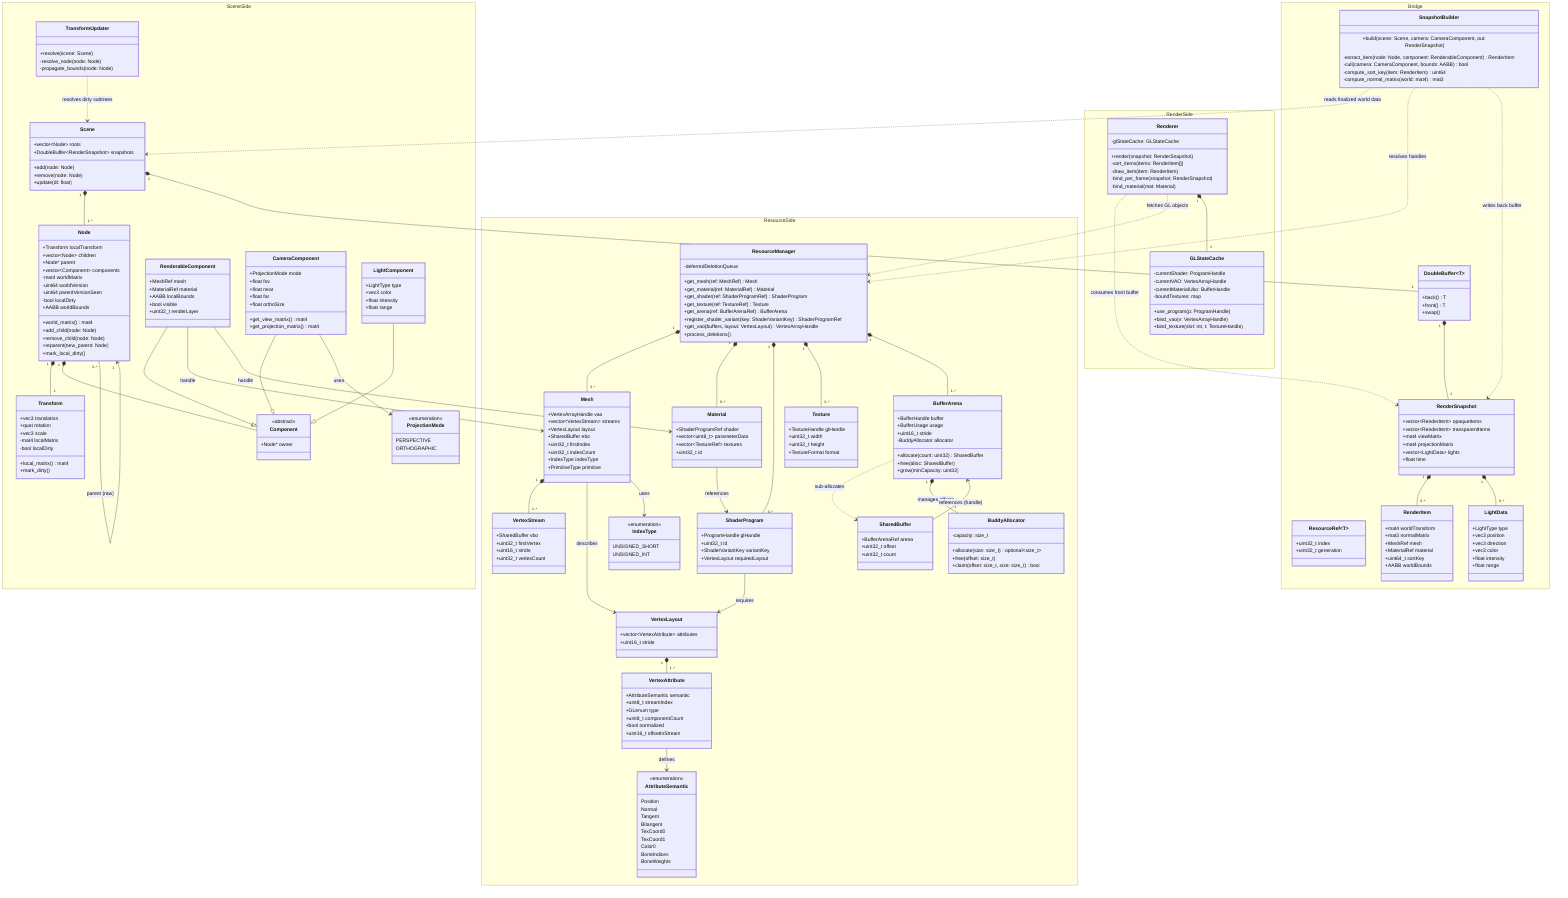
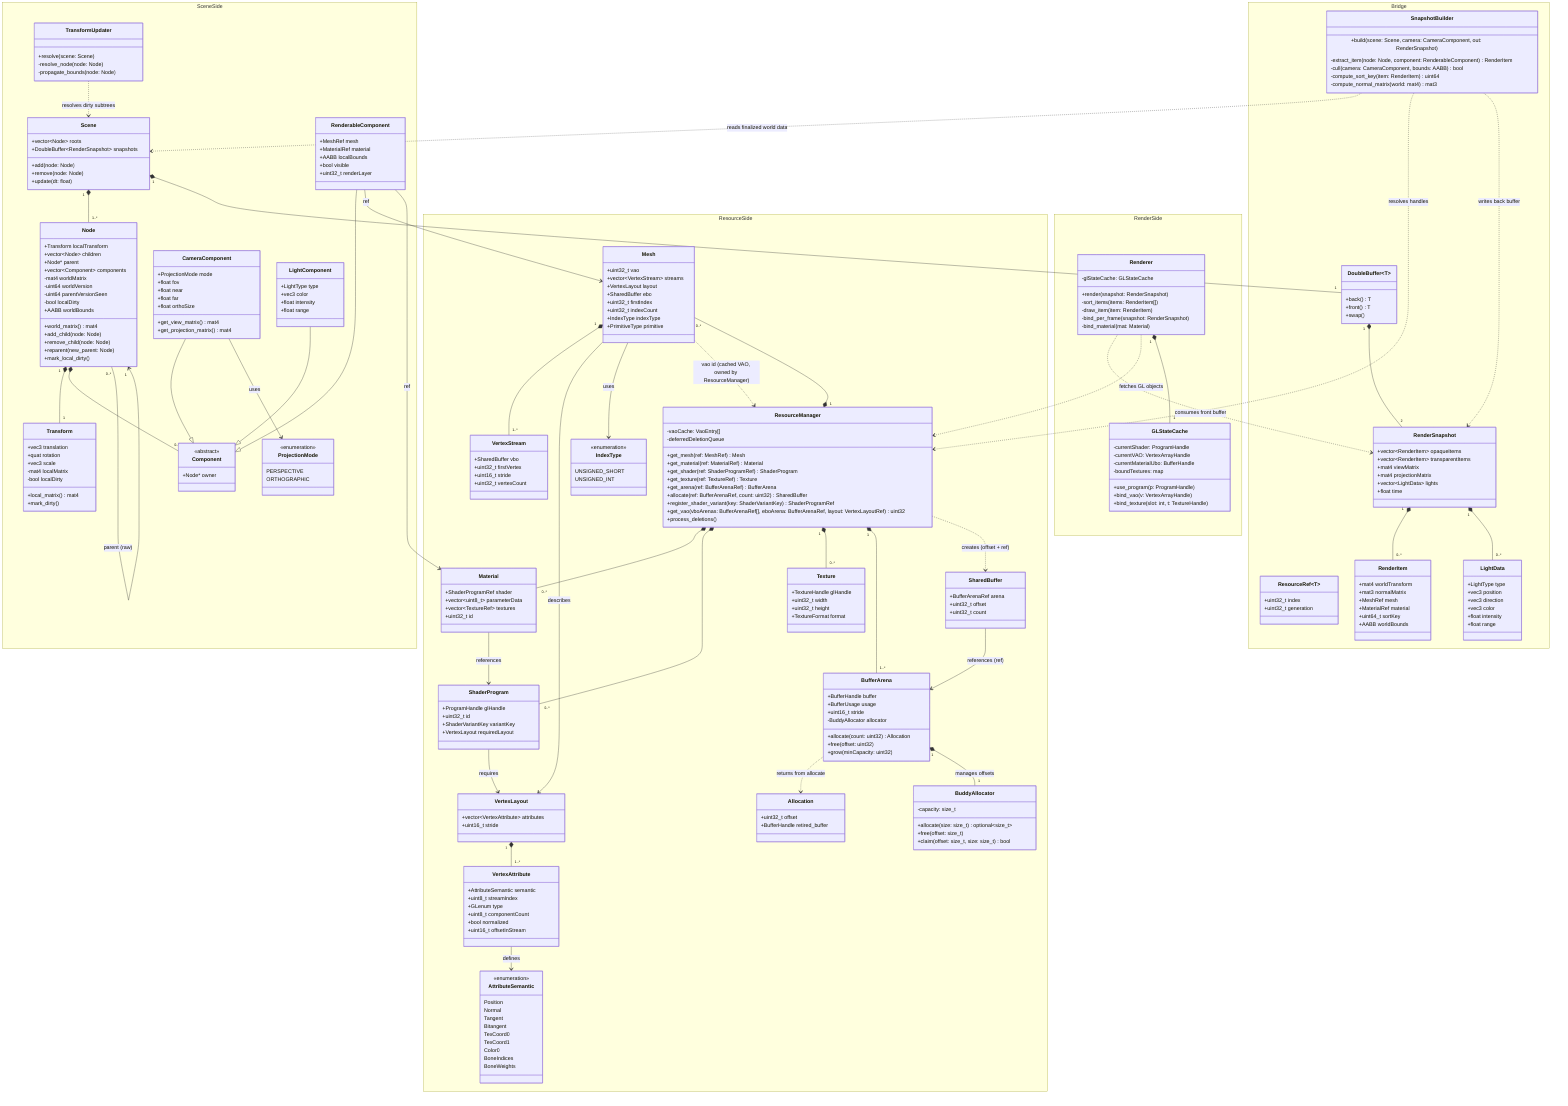
classDiagram
    namespace SceneSide {
        class Scene {
            +vector~Node~ roots
            +DoubleBuffer~RenderSnapshot~ snapshots
            +add(node: Node)
            +remove(node: Node)
            +update(dt: float)
        }

        class Node {
            +Transform localTransform
            +vector~Node~ children
            +Node* parent
            +vector~Component~ components
            -mat4 worldMatrix
            -uint64 worldVersion
            -uint64 parentVersionSeen
            -bool localDirty
            +AABB worldBounds
            +world_matrix() mat4
            +add_child(node: Node)
            +remove_child(node: Node)
            +reparent(new_parent: Node)
            +mark_local_dirty()
        }

        class Transform {
            +vec3 translation
            +quat rotation
            +vec3 scale
            -mat4 localMatrix
            -bool localDirty
            +local_matrix() mat4
            +mark_dirty()
        }

        class Component {
            <<abstract>>
            +Node* owner
        }

        class RenderableComponent {
            +MeshRef mesh
            +MaterialRef material
            +AABB localBounds
            +bool visible
            +uint32_t renderLayer
        }

        class CameraComponent {
            +ProjectionMode mode
            +float fov
            +float near
            +float far
            +float orthoSize
            +get_view_matrix() mat4
            +get_projection_matrix() mat4
        }

        class ProjectionMode {
            <<enumeration>>
            PERSPECTIVE
            ORTHOGRAPHIC
        }

        class LightComponent {
            +LightType type
            +vec3 color
            +float intensity
            +float range
        }

        class TransformUpdater {
            +resolve(scene: Scene)
            -resolve_node(node: Node)
            -propagate_bounds(node: Node)
        }
    }

    namespace Bridge {
        class ResourceRef~T~ {
            +uint32_t index
            +uint32_t generation
        }

        class SnapshotBuilder {
            +build(scene: Scene, camera: CameraComponent, out: RenderSnapshot)
            -extract_item(node: Node, component: RenderableComponent) RenderItem
            -cull(camera: CameraComponent, bounds: AABB) bool
            -compute_sort_key(item: RenderItem) uint64
            -compute_normal_matrix(world: mat4) mat3
        }

        class DoubleBuffer~T~ {
            +back() T
            +front() T
            +swap()
        }

        class RenderSnapshot {
            +vector~RenderItem~ opaqueItems
            +vector~RenderItem~ transparentItems
            +mat4 viewMatrix
            +mat4 projectionMatrix
            +vector~LightData~ lights
            +float time
        }

        class RenderItem {
            +mat4 worldTransform
            +mat3 normalMatrix
            +MeshRef mesh
            +MaterialRef material
            +uint64_t sortKey
            +AABB worldBounds
        }

        class LightData {
            +LightType type
            +vec3 position
            +vec3 direction
            +vec3 color
            +float intensity
            +float range
        }
    }

    namespace ResourceSide {
        class ResourceManager {
            +get_mesh(ref: MeshRef) Mesh
            +get_material(ref: MaterialRef) Material
            +get_shader(ref: ShaderProgramRef) ShaderProgram
            +get_texture(ref: TextureRef) Texture
            +get_arena(ref: BufferArenaRef) BufferArena
+             +allocate(ref: BufferArenaRef, count: uint32) SharedBuffer
            +register_shader_variant(key: ShaderVariantKey) ShaderProgramRef
-             +get_vao(buffers, layout: VertexLayout) VertexArrayHandle
+             +get_vao(vboArenas: BufferArenaRef[], eboArena: BufferArenaRef, layout: VertexLayoutRef) uint32
+             -vaoCache: VaoEntry[]
            -deferredDeletionQueue
            +process_deletions()
        }

        class AttributeSemantic {
            <<enumeration>>
            Position
            Normal
            Tangent
            Bitangent
            TexCoord0
            TexCoord1
            Color0
            BoneIndices
            BoneWeights
        }

        class VertexAttribute {
            +AttributeSemantic semantic
            +uint8_t streamIndex
            +GLenum type
            +uint8_t componentCount
            +bool normalized
            +uint16_t offsetInStream
        }

        class VertexLayout {
            +vector~VertexAttribute~ attributes
            +uint16_t stride
        }

        class VertexStream {
            +SharedBuffer vbo
            +uint32_t firstVertex
            +uint16_t stride
            +uint32_t vertexCount
        }

        class IndexType {
            <<enumeration>>
            UNSIGNED_SHORT
            UNSIGNED_INT
        }

        class Mesh {
-             +VertexArrayHandle vao
+             +uint32_t vao
            +vector~VertexStream~ streams
            +VertexLayout layout
            +SharedBuffer ebo
            +uint32_t firstIndex
            +uint32_t indexCount
            +IndexType indexType
            +PrimitiveType primitive
        }

        class SharedBuffer {
            +BufferArenaRef arena
            +uint32_t offset
            +uint32_t count
        }

        class BufferArena {
            +BufferHandle buffer
            +BufferUsage usage
            +uint16_t stride
            -BuddyAllocator allocator
-             +allocate(count: uint32) SharedBuffer
-             +free(alloc: SharedBuffer)
+             +allocate(count: uint32) Allocation
+             +free(offset: uint32)
            +grow(minCapacity: uint32)
+         }
+ 
+         class Allocation {
+             +uint32_t offset
+             +BufferHandle retired_buffer
        }

        class BuddyAllocator {
            -capacity: size_t
            +allocate(size: size_t) optional~size_t~
            +free(offset: size_t)
            +claim(offset: size_t, size: size_t) bool
        }

        class Material {
            +ShaderProgramRef shader
            +vector~uint8_t~ parameterData
            +vector~TextureRef~ textures
            +uint32_t id
        }

        class ShaderProgram {
            +ProgramHandle glHandle
            +uint32_t id
            +ShaderVariantKey variantKey
            +VertexLayout requiredLayout
        }

        class Texture {
            +TextureHandle glHandle
            +uint32_t width
            +uint32_t height
            +TextureFormat format
        }
    }

    namespace RenderSide {
        class Renderer {
            +render(snapshot: RenderSnapshot)
            -sort_items(items: RenderItem[])
            -draw_item(item: RenderItem)
            -bind_per_frame(snapshot: RenderSnapshot)
            -bind_material(mat: Material)
            -glStateCache: GLStateCache
        }

        class GLStateCache {
            -currentShader: ProgramHandle
            -currentVAO: VertexArrayHandle
            -currentMaterialUbo: BufferHandle
            -boundTextures: map
            +use_program(p: ProgramHandle)
            +bind_vao(v: VertexArrayHandle)
            +bind_texture(slot: int, t: TextureHandle)
        }
    }

    Scene "1" *-- "1..*" Node
    Scene "1" *-- "1" DoubleBuffer
    Node "1" *-- "1" Transform
    Node "1" *-- "0..*" Component
    Node "1" *-- "0..*" Node : children
    Node "0..*" --> "1" Node : parent (raw)
    RenderableComponent --|> Component
    CameraComponent --|> Component
    LightComponent --|> Component
    CameraComponent --> ProjectionMode : uses

    TransformUpdater ..> Scene : resolves dirty subtrees
    SnapshotBuilder ..> Scene : reads finalized world data
    SnapshotBuilder ..> ResourceManager : resolves handles
    SnapshotBuilder ..> RenderSnapshot : writes back buffer

    DoubleBuffer "1" *-- "2" RenderSnapshot
    RenderSnapshot "1" *-- "0..*" RenderItem
    RenderSnapshot "1" *-- "0..*" LightData

    Renderer ..> RenderSnapshot : consumes front buffer
    Renderer ..> ResourceManager : fetches GL objects
    Renderer "1" *-- "1" GLStateCache

    ResourceManager "1" *-- "0..*" Mesh
    ResourceManager "1" *-- "0..*" Material
    ResourceManager "1" *-- "0..*" ShaderProgram
    ResourceManager "1" *-- "0..*" Texture
    ResourceManager "1" *-- "1..*" BufferArena

-     BufferArena ..> SharedBuffer : sub-allocates
+     ResourceManager ..> SharedBuffer : creates (offset + ref)
+     BufferArena ..> Allocation : returns from allocate
    BufferArena "1" *-- "1" BuddyAllocator : manages offsets
-     SharedBuffer --> BufferArena : references (handle)
+     SharedBuffer --> BufferArena : references (ref)
    Mesh "1" *-- "1..*" VertexStream
    Mesh --> VertexLayout : describes
    Mesh --> IndexType : uses
+     Mesh ..> ResourceManager : vao id (cached VAO, owned by ResourceManager)
    VertexLayout "1" *-- "1..*" VertexAttribute
    VertexAttribute --> AttributeSemantic : defines

    Material --> ShaderProgram : references
    ShaderProgram --> VertexLayout : requires
-     RenderableComponent --> Mesh : handle
-     RenderableComponent --> Material : handle+     RenderableComponent --> Mesh : ref
+     RenderableComponent --> Material : ref